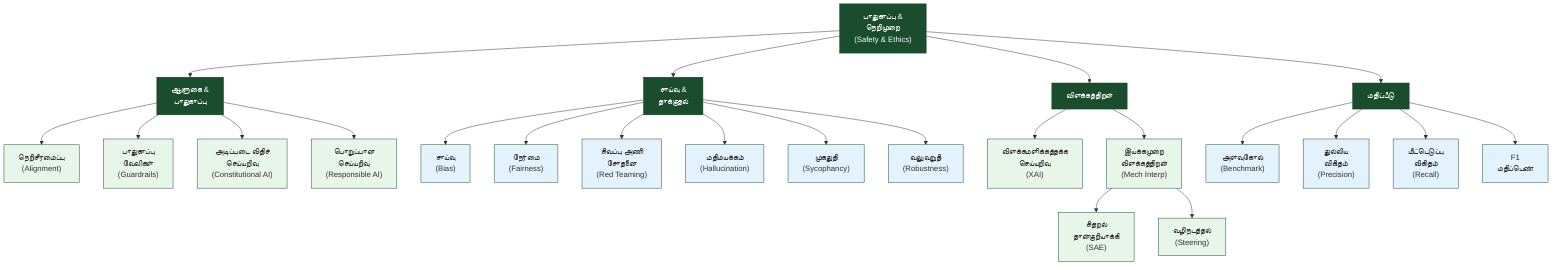
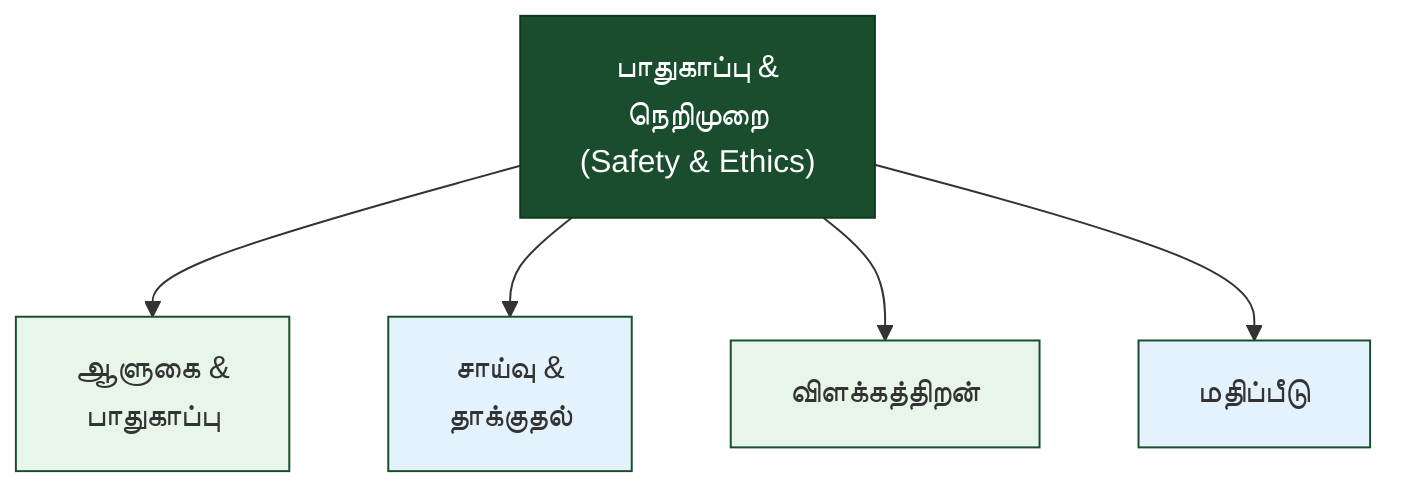
flowchart TB
    SAFE["பாதுகாப்பு &<br/>நெறிமுறை<br/>(Safety & Ethics)"] --> GOV["ஆளுகை &<br/>பாதுகாப்பு"]
    SAFE --> BIAS["சாய்வு &<br/>தாக்குதல்"]
    SAFE --> EXPLAIN["விளக்கத்திறன்"]
    SAFE --> EVAL["மதிப்பீடு"]

-     GOV --> ALIGN["நெறிசீரமைப்பு<br/>(Alignment)"]
-     GOV --> GUARD["பாதுகாப்பு<br/>வேலிகள்<br/>(Guardrails)"]
-     GOV --> CONST["அடிப்படை விதிச்<br/>செய்யறிவு<br/>(Constitutional AI)"]
-     GOV --> RESP["பொறுப்பான<br/>செய்யறிவு<br/>(Responsible AI)"]
- 
-     BIAS --> SBIAS["சாய்வு<br/>(Bias)"]
-     BIAS --> FAIR["நேர்மை<br/>(Fairness)"]
-     BIAS --> RED["சிவப்பு அணி<br/>சோதனை<br/>(Red Teaming)"]
-     BIAS --> HALL["மதிமயக்கம்<br/>(Hallucination)"]
-     BIAS --> SYCO["முகதுதி<br/>(Sycophancy)"]
-     BIAS --> ROBUST["வலுவுறுதி<br/>(Robustness)"]
- 
-     EXPLAIN --> XAI["விளக்கமளிக்கத்தக்க<br/>செய்யறிவு<br/>(XAI)"]
-     EXPLAIN --> MECH["இயக்கமுறை<br/>விளக்கத்திறன்<br/>(Mech Interp)"]
-     MECH --> SAE["சிதறல்<br/>தான்குறியாக்கி<br/>(SAE)"]
-     MECH --> STEER["வழிநடத்தல்<br/>(Steering)"]
- 
-     EVAL --> BENCH["அளவுகோல்<br/>(Benchmark)"]
-     EVAL --> PREC["துல்லிய<br/>விகிதம்<br/>(Precision)"]
-     EVAL --> REC["மீட்டெடுப்பு<br/>விகிதம்<br/>(Recall)"]
-     EVAL --> F1["F1<br/>மதிப்பெண்"]
- 
    style SAFE fill:#1a4d2e,stroke:#0d3a1f,color:#fff
-     style GOV fill:#1a4d2e,stroke:#0d3a1f,color:#fff
-     style BIAS fill:#1a4d2e,stroke:#0d3a1f,color:#fff
-     style EXPLAIN fill:#1a4d2e,stroke:#0d3a1f,color:#fff
-     style EVAL fill:#1a4d2e,stroke:#0d3a1f,color:#fff
-     style ALIGN fill:#e8f5e9,stroke:#1a4d2e
-     style GUARD fill:#e8f5e9,stroke:#1a4d2e
-     style CONST fill:#e8f5e9,stroke:#1a4d2e
-     style RESP fill:#e8f5e9,stroke:#1a4d2e
-     style SBIAS fill:#e3f2fd,stroke:#1a4d2e
-     style FAIR fill:#e3f2fd,stroke:#1a4d2e
-     style RED fill:#e3f2fd,stroke:#1a4d2e
-     style HALL fill:#e3f2fd,stroke:#1a4d2e
-     style SYCO fill:#e3f2fd,stroke:#1a4d2e
-     style ROBUST fill:#e3f2fd,stroke:#1a4d2e
-     style XAI fill:#e8f5e9,stroke:#1a4d2e
-     style MECH fill:#e8f5e9,stroke:#1a4d2e
-     style SAE fill:#e8f5e9,stroke:#1a4d2e
-     style STEER fill:#e8f5e9,stroke:#1a4d2e
-     style BENCH fill:#e3f2fd,stroke:#1a4d2e
-     style PREC fill:#e3f2fd,stroke:#1a4d2e
-     style REC fill:#e3f2fd,stroke:#1a4d2e
-     style F1 fill:#e3f2fd,stroke:#1a4d2e
+     style GOV fill:#e8f5e9,stroke:#1a4d2e
+     style BIAS fill:#e3f2fd,stroke:#1a4d2e
+     style EXPLAIN fill:#e8f5e9,stroke:#1a4d2e
+     style EVAL fill:#e3f2fd,stroke:#1a4d2e
